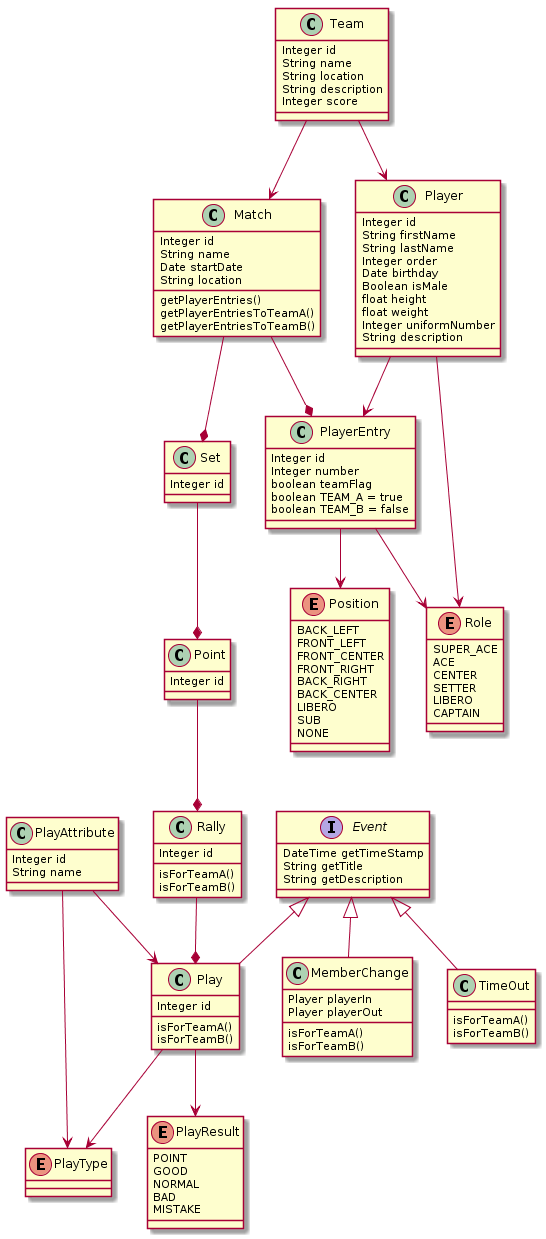
Above: documents/classes.png in uskysd/SmartVolley (PlantUML), before the change.
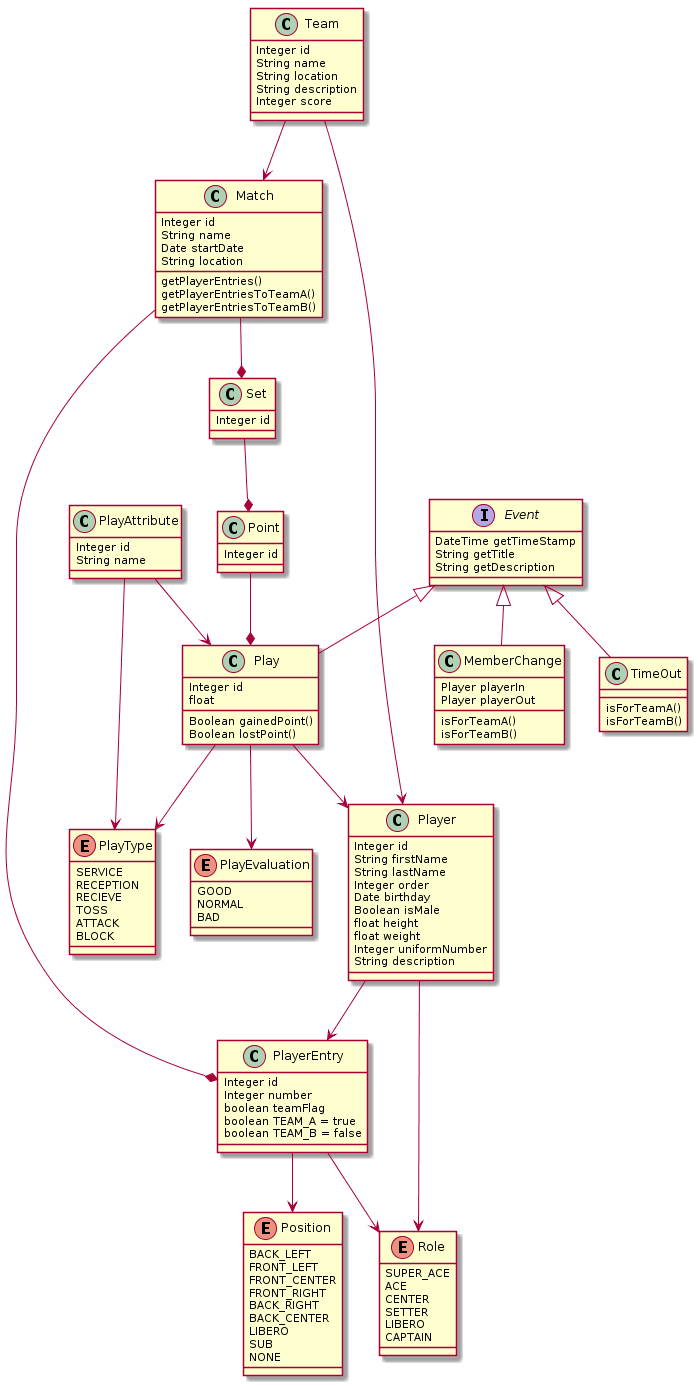
The same file after the commit.

Change to the diagram source:
```diff
@@ -9,10 +9,10 @@
 Match --* PlayerEntry
 Match --* Set
 Set --* Point
-Point --* Rally
-Rally --* Play
+Point --* Play
+Play --> Player
 Play --> PlayType
-Play --> PlayResult
+Play --> PlayEvaluation
 PlayAttribute --> PlayType
 PlayAttribute --> Play
 
@@ -68,18 +68,13 @@
     Integer id
 }
 
-class Rally {
-    Integer id
-
-    isForTeamA()
-    isForTeamB()
-}
-
 
 class Play {
     Integer id
-    isForTeamA()
-    isForTeamB()
+    float
+    Boolean gainedPoint()
+    Boolean lostPoint()
+
 }
 
 class PlayAttribute {
@@ -88,15 +83,20 @@
 }
 
 enum PlayType {
+    SERVICE
+    RECEPTION
+    RECIEVE
+    TOSS
+    ATTACK
+    BLOCK
+
 
 }
 
-enum PlayResult {
-    POINT
+enum PlayEvaluation {
     GOOD
     NORMAL
     BAD
-    MISTAKE
 }
 
 class PlayerEntry {
```
